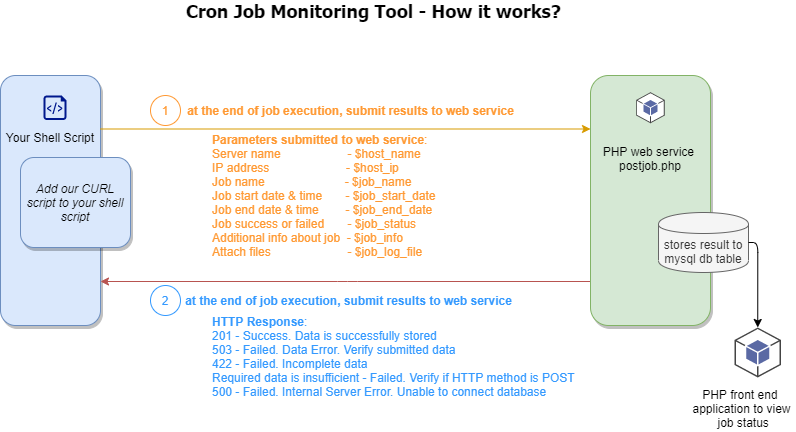
Above: guide/CronJobMonitoringTool.png in anandprabhusk/Cron-Job-Monitoring (draw.io), before the change. Source tidied: cells renumbered, new cells last; positions are measured from the earlier drawing's top-left corner, leaving out a move shared by most shapes.
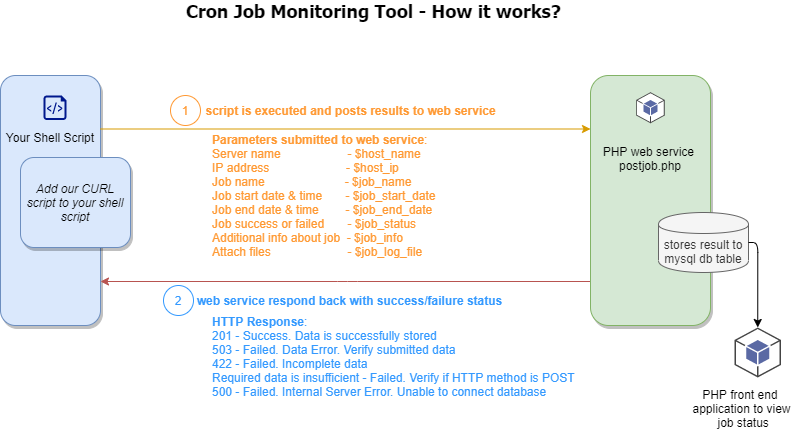
Above is the later version.

Change to the diagram source:
```diff
@@ -17,11 +17,11 @@
     <mxCell id="5" value="&lt;i&gt;Add our CURL script to your shell script&lt;/i&gt;" style="rounded=1;whiteSpace=wrap;html=1;fillColor=#dae8fc;strokeColor=#6c8ebf;shadow=1;glass=0;comic=0;" parent="1" vertex="1">
       <mxGeometry x="20" y="157" width="110" height="90" as="geometry" />
     </mxCell>
-    <mxCell id="6" value="&lt;b&gt;&lt;font color=&quot;#ff9933&quot;&gt;at the end of job execution, submit results to web service&lt;/font&gt;&lt;/b&gt;" style="text;html=1;align=center;verticalAlign=middle;" parent="1" vertex="1">
-      <mxGeometry x="180" y="100" width="340" height="20" as="geometry" />
+    <mxCell id="6" value="&lt;b&gt;&lt;font color=&quot;#ff9933&quot;&gt;script is executed and posts results to web service&lt;/font&gt;&lt;/b&gt;" style="text;html=1;align=center;verticalAlign=middle;" parent="1" vertex="1">
+      <mxGeometry x="200" y="101" width="300" height="18" as="geometry" />
     </mxCell>
     <mxCell id="7" value="&lt;font color=&quot;#ff9933&quot;&gt;1&lt;/font&gt;" style="ellipse;whiteSpace=wrap;html=1;rounded=1;shadow=0;glass=0;comic=0;strokeColor=#FF9933;" parent="1" vertex="1">
-      <mxGeometry x="150" y="95" width="30" height="30" as="geometry" />
+      <mxGeometry x="170" y="95" width="30" height="30" as="geometry" />
     </mxCell>
     <mxCell id="8" style="edgeStyle=elbowEdgeStyle;elbow=vertical;endArrow=classic;html=1;exitX=0.033;exitY=0.824;exitDx=0;exitDy=0;exitPerimeter=0;fillColor=#f8cecc;strokeColor=#b85450;" parent="1" edge="1" source="9" target="2">
       <mxGeometry relative="1" as="geometry" />
@@ -30,10 +30,10 @@
       <mxGeometry x="590" y="75" width="120" height="250" as="geometry" />
     </mxCell>
     <mxCell id="10" value="&lt;font color=&quot;#3399ff&quot;&gt;2&lt;/font&gt;" style="ellipse;whiteSpace=wrap;html=1;rounded=1;shadow=0;glass=0;comic=0;strokeColor=#3399FF;" parent="1" vertex="1">
-      <mxGeometry x="150" y="285" width="30" height="30" as="geometry" />
+      <mxGeometry x="163" y="285" width="30" height="30" as="geometry" />
     </mxCell>
-    <mxCell id="11" value="&lt;b&gt;&lt;font color=&quot;#3399ff&quot;&gt;at the end of job execution, submit results to web service&lt;/font&gt;&lt;/b&gt;" style="text;html=1;align=center;verticalAlign=middle;" parent="1" vertex="1">
-      <mxGeometry x="178" y="290" width="340" height="20" as="geometry" />
+    <mxCell id="11" value="&lt;b&gt;&lt;font color=&quot;#3399ff&quot;&gt;web service respond back with success/failure status&lt;/font&gt;&lt;/b&gt;" style="text;html=1;align=center;verticalAlign=middle;" parent="1" vertex="1">
+      <mxGeometry x="191" y="291" width="315" height="18" as="geometry" />
     </mxCell>
     <mxCell id="12" value="&lt;font color=&quot;#3399ff&quot;&gt;&lt;b&gt;HTTP Response&lt;/b&gt;:&lt;br&gt;201 - Success. Data is successfully stored&lt;br&gt;503 - Failed. Data Error. Verify submitted data&lt;br&gt;422 - Failed. Incomplete data&lt;br&gt;Required data is insufficient - Failed. Verify if HTTP method is POST&lt;br&gt;500 - Failed. Internal Server Error. Unable to connect database&lt;/font&gt;" style="text;html=1;strokeColor=none;fillColor=none;align=left;verticalAlign=middle;whiteSpace=wrap;rounded=0;shadow=0;glass=0;comic=0;" parent="1" vertex="1">
       <mxGeometry x="210" y="306" width="370" height="100" as="geometry" />
```
